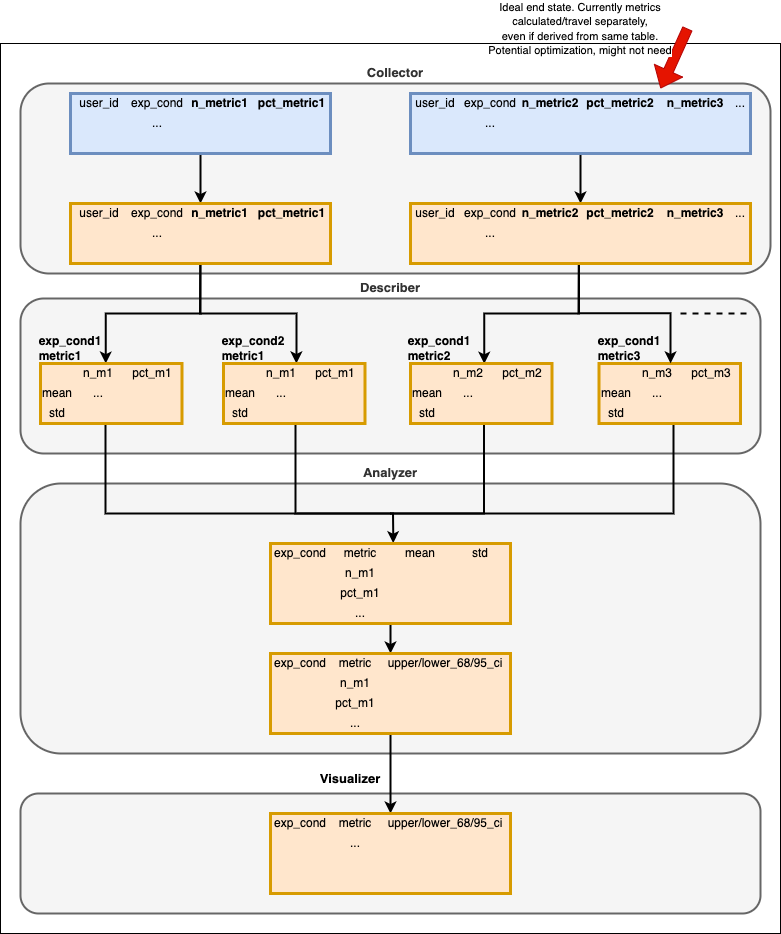
Above: images/data_arch.drawio.png in kylekovac/abautomator-swipe (draw.io), before the change. Source tidied: cells renumbered, new cells last; positions are measured from the earlier drawing's top-left corner, leaving out a move shared by most shapes.
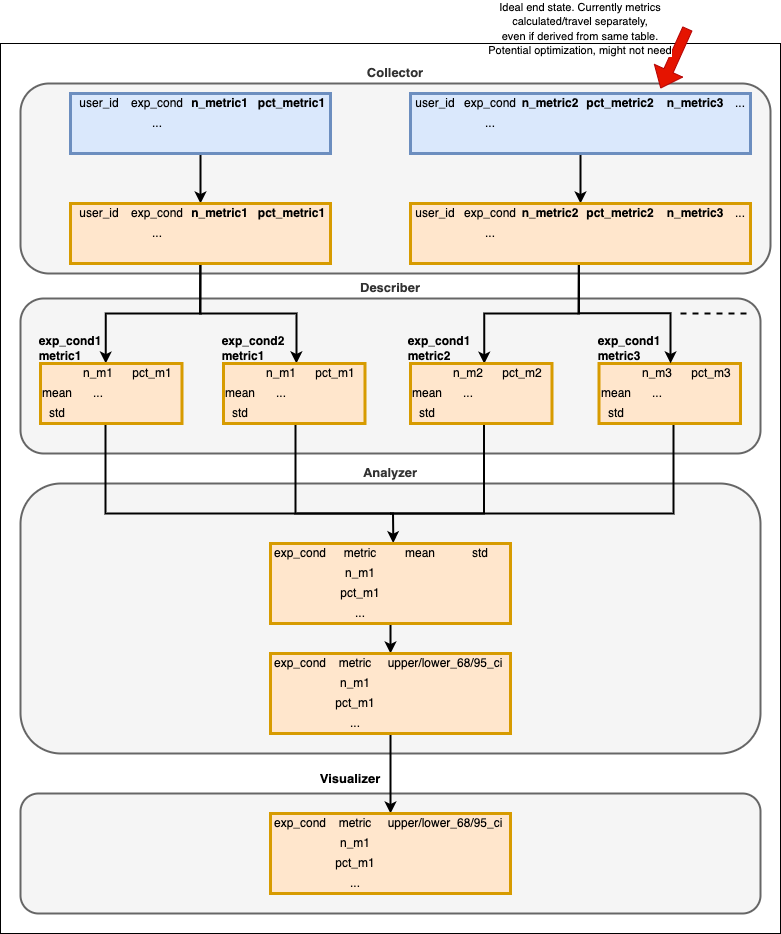
Later version of the same file.

Diff of the diagram source:
```diff
@@ -453,7 +453,7 @@
     <mxCell id="135" style="shape=partialRectangle;html=1;whiteSpace=wrap;fillColor=none;top=0;left=0;bottom=0;right=0;overflow=hidden;" parent="134" vertex="1">
       <mxGeometry width="60" height="20" as="geometry" />
     </mxCell>
-    <mxCell id="136" value="..." style="shape=partialRectangle;html=1;whiteSpace=wrap;fillColor=none;top=0;left=0;bottom=0;right=0;overflow=hidden;strokeWidth=3;" parent="134" vertex="1">
+    <mxCell id="136" value="n_m1" style="shape=partialRectangle;html=1;whiteSpace=wrap;fillColor=none;top=0;left=0;bottom=0;right=0;overflow=hidden;strokeWidth=3;" parent="134" vertex="1">
       <mxGeometry x="60" width="50" height="20" as="geometry" />
     </mxCell>
     <mxCell id="137" style="shape=partialRectangle;html=1;whiteSpace=wrap;fillColor=none;top=0;left=0;bottom=0;right=0;overflow=hidden;" parent="134" vertex="1">
@@ -465,7 +465,7 @@
     <mxCell id="139" style="shape=partialRectangle;html=1;whiteSpace=wrap;fillColor=none;top=0;left=0;bottom=0;right=0;overflow=hidden;" parent="138" vertex="1">
       <mxGeometry width="60" height="20" as="geometry" />
     </mxCell>
-    <mxCell id="140" style="shape=partialRectangle;html=1;whiteSpace=wrap;fillColor=none;top=0;left=0;bottom=0;right=0;overflow=hidden;" parent="138" vertex="1">
+    <mxCell id="140" value="pct_m1" style="shape=partialRectangle;html=1;whiteSpace=wrap;fillColor=none;top=0;left=0;bottom=0;right=0;overflow=hidden;" parent="138" vertex="1">
       <mxGeometry x="60" width="50" height="20" as="geometry" />
     </mxCell>
     <mxCell id="141" style="shape=partialRectangle;html=1;whiteSpace=wrap;fillColor=none;top=0;left=0;bottom=0;right=0;overflow=hidden;" parent="138" vertex="1">
@@ -477,7 +477,7 @@
     <mxCell id="143" style="shape=partialRectangle;html=1;whiteSpace=wrap;fillColor=none;top=0;left=0;bottom=0;right=0;overflow=hidden;" parent="142" vertex="1">
       <mxGeometry width="60" height="20" as="geometry" />
     </mxCell>
-    <mxCell id="144" style="shape=partialRectangle;html=1;whiteSpace=wrap;fillColor=none;top=0;left=0;bottom=0;right=0;overflow=hidden;" parent="142" vertex="1">
+    <mxCell id="144" value="..." style="shape=partialRectangle;html=1;whiteSpace=wrap;fillColor=none;top=0;left=0;bottom=0;right=0;overflow=hidden;" parent="142" vertex="1">
       <mxGeometry x="60" width="50" height="20" as="geometry" />
     </mxCell>
     <mxCell id="145" style="shape=partialRectangle;html=1;whiteSpace=wrap;fillColor=none;top=0;left=0;bottom=0;right=0;overflow=hidden;" parent="142" vertex="1">
```
